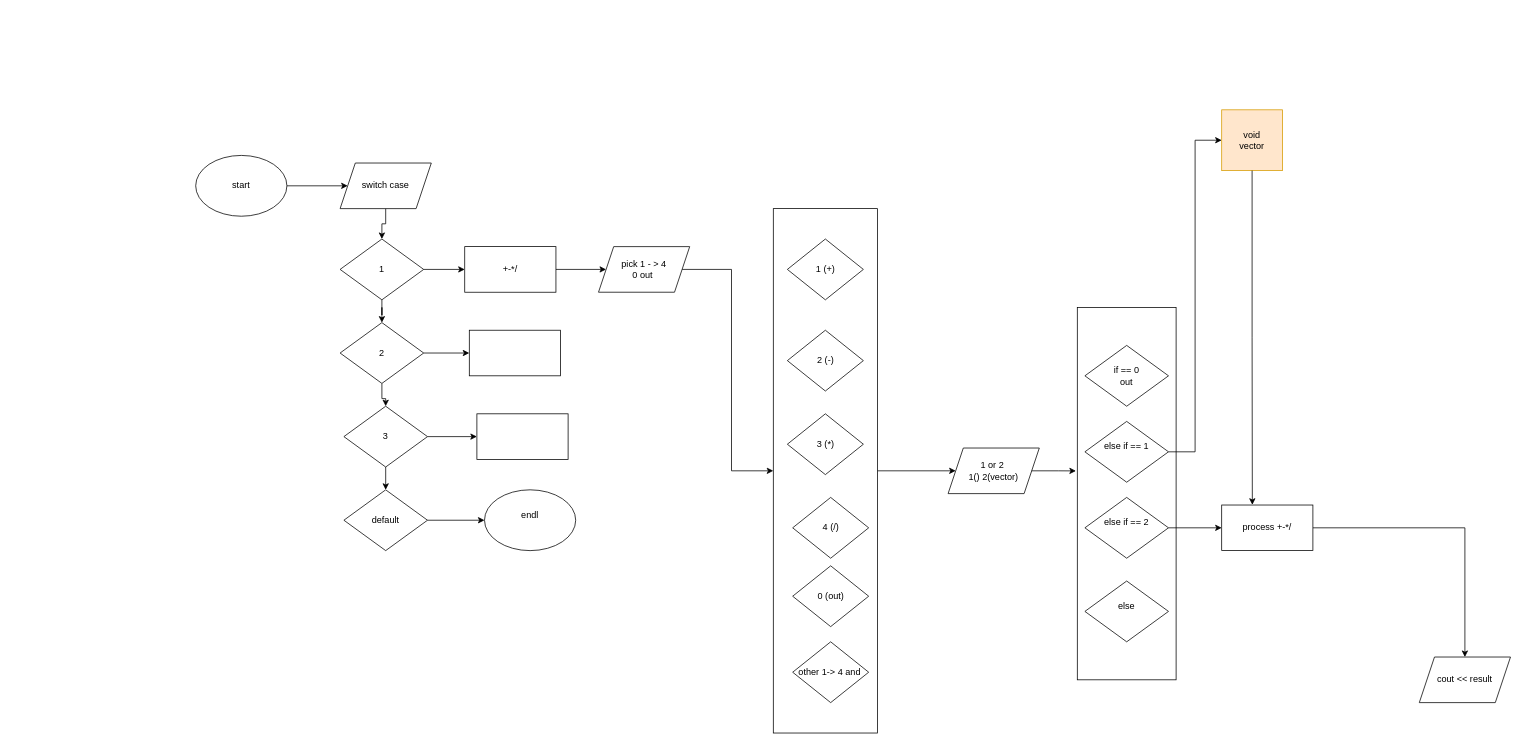
stupmart/calculator keeps this draw.io diagram as calculator.drawio. Above is the earlier version. Source tidied: cells renumbered, new cells numbered last; positions are measured from the earlier drawing's top-left corner, leaving out a move shared by most shapes. Both pictures are drawn from the tidied source at 76%, with x=0, y=0 at pixel (195, 109).
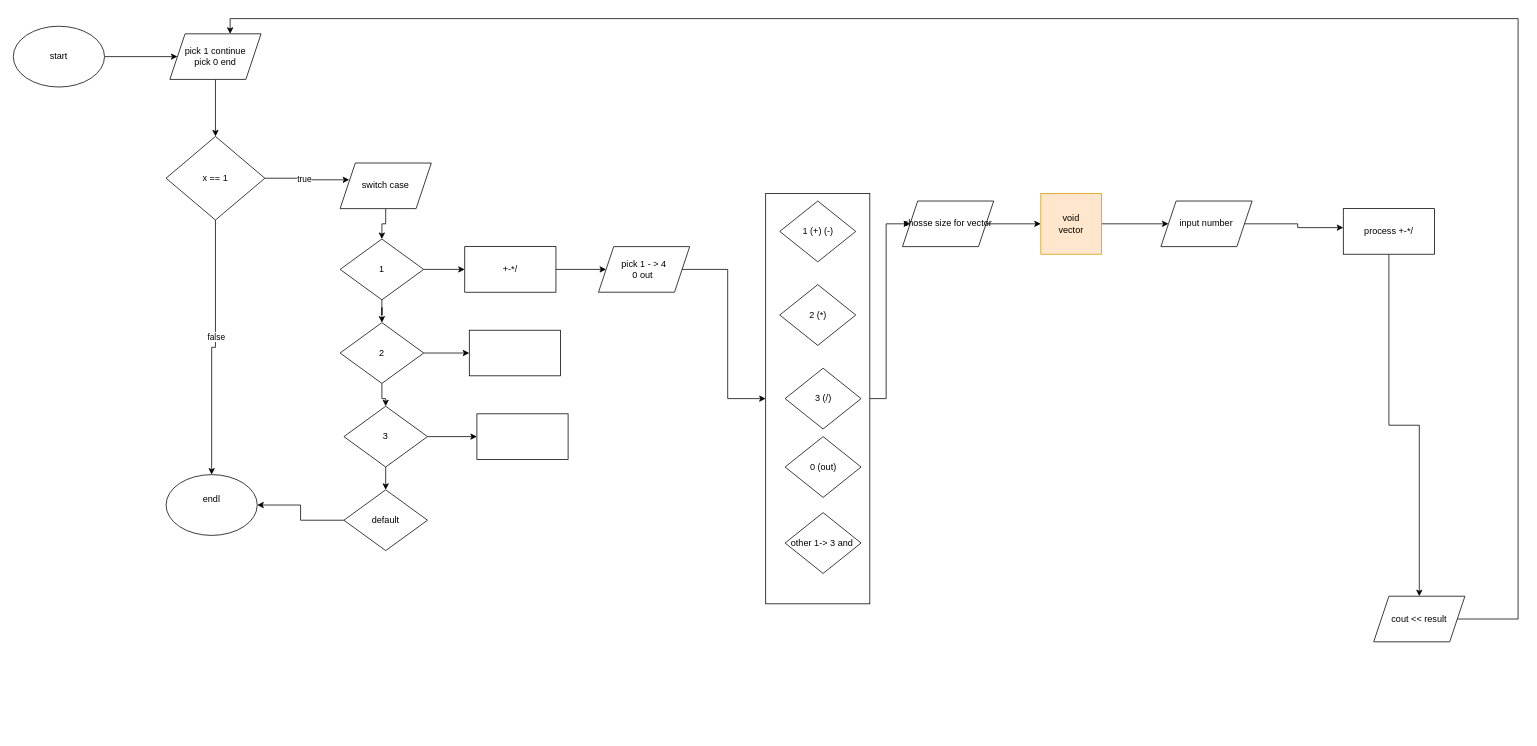
The same page after the edit.

Unchanged cells that the change refers to:
```xml
<mxCell id="6" value="switch case" style="shape=parallelogram;perimeter=parallelogramPerimeter;whiteSpace=wrap;html=1;shapeInside=1;fixedSize=1;" parent="1" vertex="1">
  <mxGeometry x="190" y="70" width="120" height="60" as="geometry" />
</mxCell>
```

What changed in the source:
```diff
@@
-    <mxCell id="2" style="rounded=0;whiteSpace=wrap;html=1;" parent="1" vertex="1">
-      <mxGeometry x="1160" y="260" width="130" height="490" as="geometry" />
-    </mxCell>
-    <mxCell id="3" style="edgeStyle=orthogonalEdgeStyle;rounded=0;jettySize=auto;html=1;defaultLabelBackgroundColor=page;labelPadding=0 4;" parent="1" edge="1" source="4" target="6">
-      <mxGeometry relative="1" as="geometry" />
-    </mxCell>
+    <mxCell id="46" style="edgeStyle=orthogonalEdgeStyle;rounded=0;jettySize=auto;html=1;defaultLabelBackgroundColor=page;labelPadding=0 4;" parent="1" edge="1" source="4" target="56">
+      <mxGeometry relative="1" as="geometry" />
+    </mxCell>
     <mxCell id="4" value="start" style="ellipse;whiteSpace=wrap;html=1;shapeInside=1;" parent="1" vertex="1">
-      <mxGeometry y="60" width="120" height="80" as="geometry" />
+      <mxGeometry x="-240" y="-110" width="120" height="80" as="geometry" />
     </mxCell>
@@
     <mxCell id="18" value="endl&lt;div&gt;&lt;br&gt;&lt;/div&gt;" style="ellipse;whiteSpace=wrap;html=1;shapeInside=1;" parent="1" vertex="1">
-      <mxGeometry x="380" y="500" width="120" height="80" as="geometry" />
+      <mxGeometry x="-39" y="480" width="120" height="80" as="geometry" />
     </mxCell>
@@
+    <mxCell id="47" style="edgeStyle=orthogonalEdgeStyle;rounded=0;jettySize=auto;html=1;entryX=0;entryY=0.5;entryDx=0;entryDy=0;defaultLabelBackgroundColor=page;labelPadding=0 4;" parent="1" edge="1" source="23" target="30">
+      <mxGeometry relative="1" as="geometry" />
+    </mxCell>
-    <mxCell id="23" value="1 or 2&amp;nbsp;&lt;div&gt;1() 2(vector)&lt;/div&gt;" style="shape=parallelogram;perimeter=parallelogramPerimeter;whiteSpace=wrap;html=1;shapeInside=1;fixedSize=1;" parent="1" vertex="1">
-      <mxGeometry x="990" y="445" width="120" height="60" as="geometry" />
+    <mxCell id="23" value="chosse size for vector" style="shape=parallelogram;perimeter=parallelogramPerimeter;whiteSpace=wrap;html=1;shapeInside=1;fixedSize=1;" parent="1" vertex="1">
+      <mxGeometry x="930" y="120" width="120" height="60" as="geometry" />
     </mxCell>
-    <mxCell id="24" value="if == 0&lt;div&gt;out&lt;/div&gt;" style="rhombus;whiteSpace=wrap;html=1;shapeInside=1;" parent="1" vertex="1">
-      <mxGeometry x="1170" y="310" width="110" height="80" as="geometry" />
-    </mxCell>
-    <mxCell id="25" style="edgeStyle=orthogonalEdgeStyle;rounded=0;jettySize=auto;html=1;exitX=1;exitY=0.5;exitDx=0;exitDy=0;entryX=0;entryY=0.5;entryDx=0;entryDy=0;defaultLabelBackgroundColor=page;labelPadding=0 4;" parent="1" edge="1" source="26" target="30">
-      <mxGeometry relative="1" as="geometry" />
-    </mxCell>
-    <mxCell id="26" value="else if == 1&lt;div&gt;&amp;nbsp;&lt;/div&gt;" style="rhombus;whiteSpace=wrap;html=1;shapeInside=1;" parent="1" vertex="1">
-      <mxGeometry x="1170" y="410" width="110" height="80" as="geometry" />
-    </mxCell>
-    <mxCell id="27" style="edgeStyle=orthogonalEdgeStyle;rounded=0;jettySize=auto;html=1;exitX=1;exitY=0.5;exitDx=0;exitDy=0;entryX=0;entryY=0.5;entryDx=0;entryDy=0;defaultLabelBackgroundColor=page;labelPadding=0 4;" parent="1" edge="1" source="28" target="43">
-      <mxGeometry relative="1" as="geometry" />
-    </mxCell>
-    <mxCell id="28" value="else if == 2&lt;div&gt;&lt;br&gt;&lt;/div&gt;" style="rhombus;whiteSpace=wrap;html=1;shapeInside=1;" parent="1" vertex="1">
-      <mxGeometry x="1170" y="510" width="110" height="80" as="geometry" />
-    </mxCell>
-    <mxCell id="29" value="else&lt;div&gt;&lt;br&gt;&lt;/div&gt;" style="rhombus;whiteSpace=wrap;html=1;shapeInside=1;" parent="1" vertex="1">
-      <mxGeometry x="1170" y="620" width="110" height="80" as="geometry" />
-    </mxCell>
+    <mxCell id="48" style="edgeStyle=orthogonalEdgeStyle;rounded=0;jettySize=auto;html=1;defaultLabelBackgroundColor=page;labelPadding=0 4;" parent="1" edge="1" source="30" target="50">
+      <mxGeometry relative="1" as="geometry" />
+    </mxCell>
     <mxCell id="30" value="void&lt;div&gt;vector&lt;/div&gt;" style="whiteSpace=wrap;html=1;fillColor=#ffe6cc;strokeColor=#d79b00;" parent="1" vertex="1">
-      <mxGeometry x="1350" width="80" height="80" as="geometry" />
+      <mxGeometry x="1112" y="110" width="80" height="80" as="geometry" />
     </mxCell>
@@
     <mxCell id="32" style="rounded=0;whiteSpace=wrap;html=1;" parent="1" vertex="1">
-      <mxGeometry x="760" y="130" width="137" height="690" as="geometry" />
+      <mxGeometry x="750" y="110" width="137" height="540" as="geometry" />
     </mxCell>
@@
-    <mxCell id="35" value="1 (+)" style="rhombus;whiteSpace=wrap;html=1;shapeInside=1;" parent="1" vertex="1">
-      <mxGeometry x="778.5" y="170" width="100" height="80" as="geometry" />
+    <mxCell id="35" value="1 (+) (-)" style="rhombus;whiteSpace=wrap;html=1;shapeInside=1;" parent="1" vertex="1">
+      <mxGeometry x="768.5" y="120" width="100" height="80" as="geometry" />
     </mxCell>
-    <mxCell id="36" value="3 (*)" style="rhombus;whiteSpace=wrap;html=1;shapeInside=1;" parent="1" vertex="1">
-      <mxGeometry x="778.5" y="400" width="100" height="80" as="geometry" />
+    <mxCell id="36" value="2 (*)" style="rhombus;whiteSpace=wrap;html=1;shapeInside=1;" parent="1" vertex="1">
+      <mxGeometry x="768.5" y="230" width="100" height="80" as="geometry" />
     </mxCell>
-    <mxCell id="37" value="2 (-)" style="rhombus;whiteSpace=wrap;html=1;shapeInside=1;" parent="1" vertex="1">
-      <mxGeometry x="778.5" y="290" width="100" height="80" as="geometry" />
-    </mxCell>
-    <mxCell id="38" value="4 (/)" style="rhombus;whiteSpace=wrap;html=1;shapeInside=1;" parent="1" vertex="1">
-      <mxGeometry x="785.5" y="510" width="100" height="80" as="geometry" />
+    <mxCell id="38" value="3 (/)" style="rhombus;whiteSpace=wrap;html=1;shapeInside=1;" parent="1" vertex="1">
+      <mxGeometry x="775.5" y="340" width="100" height="80" as="geometry" />
     </mxCell>
     <mxCell id="39" value="0 (out)" style="rhombus;whiteSpace=wrap;html=1;shapeInside=1;" parent="1" vertex="1">
-      <mxGeometry x="785.5" y="600" width="100" height="80" as="geometry" />
+      <mxGeometry x="775.5" y="430" width="100" height="80" as="geometry" />
     </mxCell>
-    <mxCell id="40" value="other 1-&amp;gt; 4 and&amp;nbsp;" style="rhombus;whiteSpace=wrap;html=1;shapeInside=1;" parent="1" vertex="1">
-      <mxGeometry x="785.5" y="700" width="100" height="80" as="geometry" />
+    <mxCell id="40" value="other 1-&amp;gt; 3 and&amp;nbsp;" style="rhombus;whiteSpace=wrap;html=1;shapeInside=1;" parent="1" vertex="1">
+      <mxGeometry x="775.5" y="530" width="100" height="80" as="geometry" />
     </mxCell>
-    <mxCell id="41" style="edgeStyle=orthogonalEdgeStyle;rounded=0;jettySize=auto;html=1;entryX=-0.014;entryY=0.439;entryDx=0;entryDy=0;entryPerimeter=0;defaultLabelBackgroundColor=page;labelPadding=0 4;" parent="1" edge="1" source="23" target="2">
-      <mxGeometry relative="1" as="geometry" />
-    </mxCell>
@@
     <mxCell id="43" value="process +-*/" style="rounded=0;whiteSpace=wrap;html=1;" parent="1" vertex="1">
-      <mxGeometry x="1350" y="520" width="120" height="60" as="geometry" />
+      <mxGeometry x="1510" y="130" width="120" height="60" as="geometry" />
     </mxCell>
-    <mxCell id="44" style="edgeStyle=orthogonalEdgeStyle;rounded=0;jettySize=auto;html=1;entryX=0.336;entryY=-0.005;entryDx=0;entryDy=0;entryPerimeter=0;defaultLabelBackgroundColor=page;labelPadding=0 4;" parent="1" edge="1" source="30" target="43">
-      <mxGeometry relative="1" as="geometry" />
-    </mxCell>
+    <mxCell id="49" style="edgeStyle=orthogonalEdgeStyle;rounded=0;jettySize=auto;html=1;defaultLabelBackgroundColor=page;labelPadding=0 4;entryX=0.661;entryY=0;entryDx=0;entryDy=0;entryPerimeter=0;" parent="1" edge="1" source="45" target="56">
+      <mxGeometry x="-0.68" relative="1" as="geometry">
+        <Array as="points">
+          <mxPoint x="1740" y="670" />
+          <mxPoint x="1740" y="-120" />
+          <mxPoint x="45.3" y="-120" />
+        </Array>
+      </mxGeometry>
+    </mxCell>
     <mxCell id="45" value="cout &amp;lt;&amp;lt; result" style="shape=parallelogram;perimeter=parallelogramPerimeter;whiteSpace=wrap;html=1;shapeInside=1;fixedSize=1;" parent="1" vertex="1">
-      <mxGeometry x="1610" y="720" width="120" height="60" as="geometry" />
+      <mxGeometry x="1550" y="640" width="120" height="60" as="geometry" />
     </mxCell>
+    <mxCell id="50" value="input number" style="shape=parallelogram;perimeter=parallelogramPerimeter;whiteSpace=wrap;html=1;shapeInside=1;fixedSize=1;" parent="1" vertex="1">
+      <mxGeometry x="1270" y="120" width="120" height="60" as="geometry" />
+    </mxCell>
+    <mxCell id="51" style="edgeStyle=orthogonalEdgeStyle;rounded=0;jettySize=auto;html=1;entryX=0;entryY=0.417;entryDx=0;entryDy=0;entryPerimeter=0;defaultLabelBackgroundColor=page;labelPadding=0 4;" parent="1" edge="1" source="50" target="43">
+      <mxGeometry relative="1" as="geometry" />
+    </mxCell>
+    <mxCell id="52" style="edgeStyle=orthogonalEdgeStyle;rounded=0;jettySize=auto;html=1;entryX=0.5;entryY=0;entryDx=0;entryDy=0;defaultLabelBackgroundColor=page;labelPadding=0 4;" parent="1" edge="1" source="54" target="18">
+      <mxGeometry relative="1" as="geometry" />
+    </mxCell>
+    <mxCell id="53" value="false" style="edgeLabel;html=1;align=center;verticalAlign=middle;inheritText=1;defaultLabelBackgroundColor=page;labelPadding=0 4;" parent="52" vertex="1">
+      <mxGeometry x="-0.1" relative="1" as="geometry" />
+    </mxCell>
+    <mxCell id="54" value="x == 1" style="rhombus;whiteSpace=wrap;html=1;shapeInside=1;" parent="1" vertex="1">
+      <mxGeometry x="-39" y="35" width="130" height="110" as="geometry" />
+    </mxCell>
+    <mxCell id="55" style="edgeStyle=orthogonalEdgeStyle;rounded=0;jettySize=auto;html=1;entryX=0.5;entryY=0;entryDx=0;entryDy=0;defaultLabelBackgroundColor=page;labelPadding=0 4;" parent="1" edge="1" source="56" target="54">
+      <mxGeometry relative="1" as="geometry" />
+    </mxCell>
+    <mxCell id="56" value="pick 1 continue&lt;div&gt;pick 0 end&lt;/div&gt;" style="shape=parallelogram;perimeter=parallelogramPerimeter;whiteSpace=wrap;html=1;shapeInside=1;fixedSize=1;" parent="1" vertex="1">
+      <mxGeometry x="-34" y="-100" width="120" height="60" as="geometry" />
+    </mxCell>
+    <mxCell id="57" style="edgeStyle=orthogonalEdgeStyle;rounded=0;jettySize=auto;html=1;entryX=0.1;entryY=0.368;entryDx=0;entryDy=0;entryPerimeter=0;defaultLabelBackgroundColor=page;labelPadding=0 4;" parent="1" edge="1" source="54" target="6">
+      <mxGeometry relative="1" as="geometry" />
+    </mxCell>
+    <mxCell id="58" value="true" style="edgeLabel;html=1;align=center;verticalAlign=middle;inheritText=1;defaultLabelBackgroundColor=page;labelPadding=0 4;" parent="57" vertex="1">
+      <mxGeometry x="-0.12" y="1" relative="1" as="geometry">
+        <mxPoint x="1" y="1" as="offset" />
+      </mxGeometry>
+    </mxCell>
```
